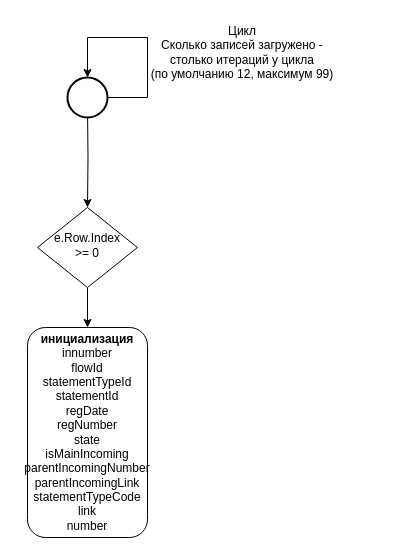
This is portal/StatementIncomings.aspx/StatementIncomings__RowDataBound().drawio from davyd0ff/so-line-grls, a draw.io file, before an edit. Source tidied: cells renumbered, new cells numbered last; positions are measured from the earlier drawing's top-left corner, leaving out a move shared by most shapes. Both pictures are drawn from the tidied source at 100%, with x=0, y=0 at pixel (27, 17).
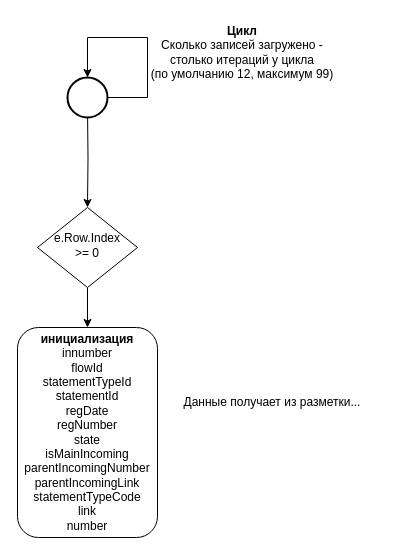
The same page after the edit.

The edit, as a diff of the source:
```diff
@@
 <mxGraphModel>
   <root>
     <mxCell id="0" />
     <mxCell id="1" parent="0" />
     <mxCell id="2" style="edgeStyle=orthogonalEdgeStyle;rounded=0;jettySize=auto;html=1;exitX=0.5;exitY=1;exitDx=0;exitDy=0;entryX=0.5;entryY=0;entryDx=0;entryDy=0;" parent="1" edge="1" source="3" target="4">
       <mxGeometry relative="1" as="geometry" />
     </mxCell>
     <mxCell id="3" value="e.Row.Index &lt;br&gt;&amp;gt;= 0" style="rhombus;whiteSpace=wrap;html=1;shadow=0;fontFamily=Helvetica;fontSize=12;align=center;strokeWidth=1;spacing=6;spacingTop=-4;" parent="1" vertex="1">
       <mxGeometry x="10" y="190" width="100" height="80" as="geometry" />
     </mxCell>
     <mxCell id="4" value="&lt;b&gt;инициализация&lt;br&gt;&lt;/b&gt;innumber&lt;br&gt;flowId&lt;br&gt;statementTypeId&lt;br&gt;statementId&lt;br&gt;regDate&lt;br&gt;regNumber&lt;br&gt;state&lt;br&gt;isMainIncoming&lt;br&gt;parentIncomingNumber&lt;br&gt;parentIncomingLink&lt;br&gt;statementTypeCode&lt;br&gt;link&lt;br&gt;number" style="rounded=1;whiteSpace=wrap;html=1;fontSize=12;glass=0;strokeWidth=1;shadow=0;" parent="1" vertex="1">
-      <mxGeometry y="310" width="120" height="210" as="geometry" />
+      <mxGeometry x="-10" y="310" width="140" height="210" as="geometry" />
     </mxCell>
     <mxCell id="5" style="edgeStyle=orthogonalEdgeStyle;rounded=0;jettySize=auto;html=1;" parent="1" edge="1" target="3">
       <mxGeometry relative="1" as="geometry">
         <mxPoint x="60" y="90" as="sourcePoint" />
       </mxGeometry>
     </mxCell>
     <mxCell id="6" style="strokeWidth=2;html=1;shape=mxgraph.flowchart.start_2;whiteSpace=wrap;" parent="1" vertex="1">
       <mxGeometry x="40" y="60" width="40" height="40" as="geometry" />
     </mxCell>
     <mxCell id="7" style="edgeStyle=orthogonalEdgeStyle;rounded=0;orthogonalLoop=1;jettySize=auto;html=1;entryX=0.5;entryY=0;entryDx=0;entryDy=0;entryPerimeter=0;exitX=1;exitY=0.5;exitDx=0;exitDy=0;exitPerimeter=0;" parent="1" edge="1" source="6" target="6">
       <mxGeometry relative="1" as="geometry">
         <Array as="points">
           <mxPoint x="120" y="80" />
           <mxPoint x="120" y="20" />
           <mxPoint x="60" y="20" />
         </Array>
       </mxGeometry>
     </mxCell>
-    <mxCell id="8" value="Цикл&lt;br&gt;Сколько записей загружено - столько итераций у цикла&lt;br&gt;(по умолчанию 12, максимум 99)" style="text;html=1;strokeColor=none;fillColor=none;align=center;verticalAlign=middle;whiteSpace=wrap;rounded=0;" parent="1" vertex="1">
+    <mxCell id="8" value="&lt;b&gt;Цикл&lt;/b&gt;&lt;br&gt;Сколько записей загружено - столько итераций у цикла&lt;br&gt;(по умолчанию 12, максимум 99)" style="text;html=1;strokeColor=none;fillColor=none;align=center;verticalAlign=middle;whiteSpace=wrap;rounded=0;" parent="1" vertex="1">
       <mxGeometry x="110" width="210" height="70" as="geometry" />
     </mxCell>
+    <mxCell id="9" value="Данные получает из разметки..." style="text;html=1;strokeColor=none;fillColor=none;align=center;verticalAlign=middle;whiteSpace=wrap;rounded=0;" parent="1" vertex="1">
+      <mxGeometry x="140" y="370" width="210" height="30" as="geometry" />
+    </mxCell>
   </root>
 </mxGraphModel>
```
